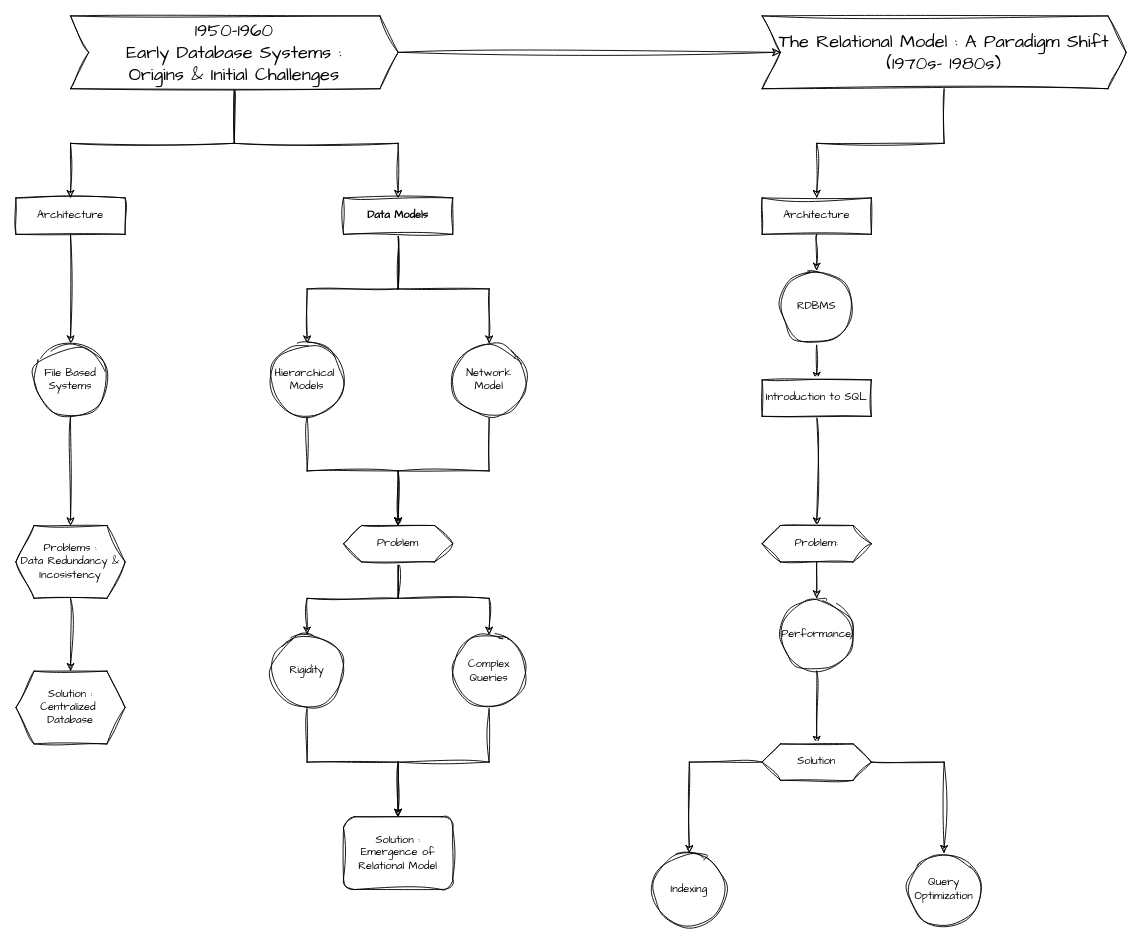
Before: System Design/Databases.drawio in FilledVaccum/MindMaps, a draw.io diagram. Source tidied: cells renumbered, new cells numbered last; positions are measured from the earlier drawing's top-left corner, leaving out a move shared by most shapes. Both pictures are drawn from the tidied source at 91%, with x=0, y=0 at pixel (15, 15).
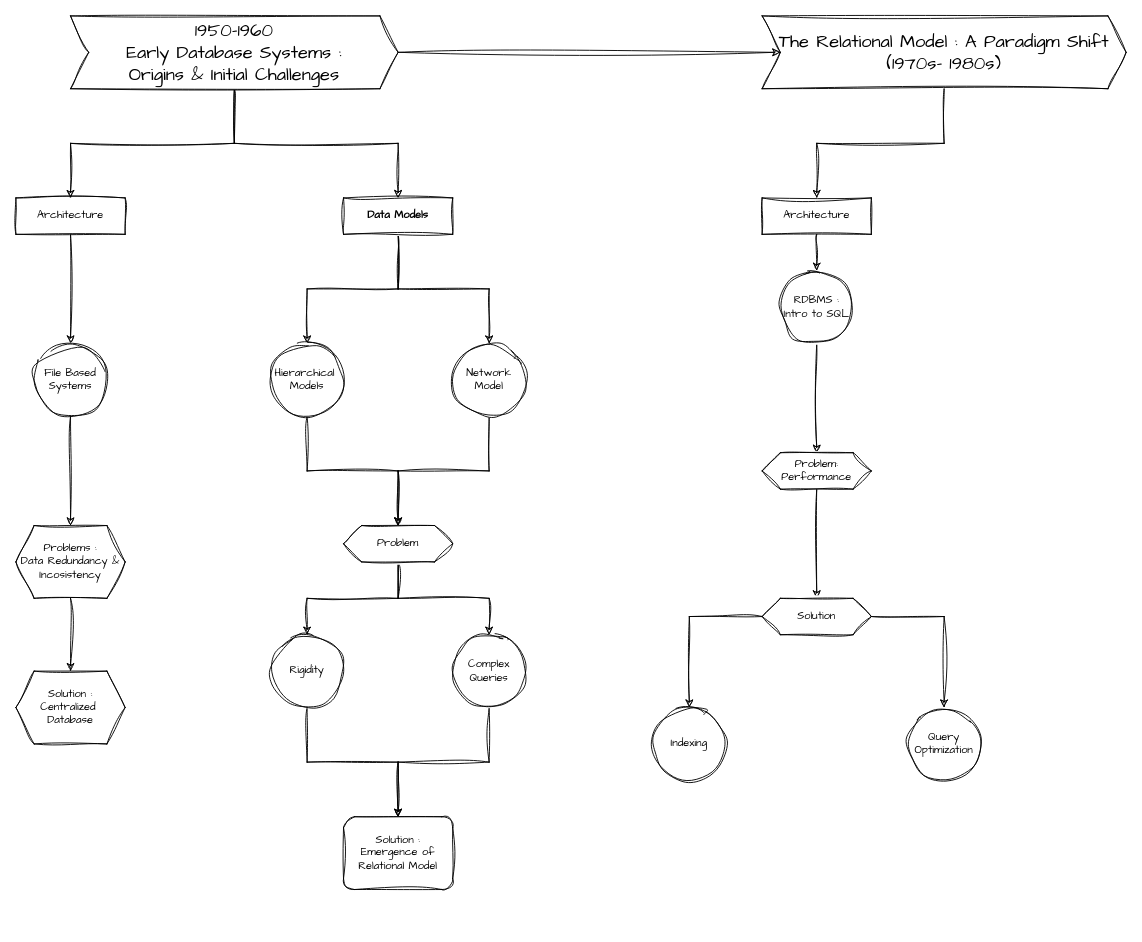
Above is the later version.

What changed in the source:
```diff
@@
-    <mxCell id="32" style="edgeStyle=orthogonalEdgeStyle;rounded=0;sketch=1;hachureGap=4;jiggle=2;curveFitting=1;jettySize=auto;html=1;fontFamily=Architects Daughter;" parent="1" edge="1" source="33" target="35">
-      <mxGeometry relative="1" as="geometry" />
-    </mxCell>
+    <mxCell id="45" style="edgeStyle=orthogonalEdgeStyle;rounded=0;sketch=1;hachureGap=4;jiggle=2;curveFitting=1;jettySize=auto;html=1;fontFamily=Architects Daughter;" parent="1" edge="1" source="33" target="37">
+      <mxGeometry relative="1" as="geometry" />
+    </mxCell>
-    <mxCell id="33" value="RDBMS" style="ellipse;whiteSpace=wrap;html=1;fontFamily=Architects Daughter;sketch=1;hachureGap=4;jiggle=2;curveFitting=1;" parent="1" vertex="1">
+    <mxCell id="33" value="RDBMS : Intro to SQL" style="ellipse;whiteSpace=wrap;html=1;fontFamily=Architects Daughter;sketch=1;hachureGap=4;jiggle=2;curveFitting=1;" parent="1" vertex="1">
       <mxGeometry x="840" y="280" width="80" height="80" as="geometry" />
     </mxCell>
-    <mxCell id="34" style="edgeStyle=orthogonalEdgeStyle;rounded=0;sketch=1;hachureGap=4;jiggle=2;curveFitting=1;jettySize=auto;html=1;fontFamily=Architects Daughter;" parent="1" edge="1" source="35" target="37">
-      <mxGeometry relative="1" as="geometry" />
-    </mxCell>
-    <mxCell id="35" value="Introduction to SQL" style="whiteSpace=wrap;html=1;fontFamily=Architects Daughter;sketch=1;hachureGap=4;jiggle=2;curveFitting=1;" parent="1" vertex="1">
-      <mxGeometry x="820" y="400" width="120" height="40" as="geometry" />
-    </mxCell>
-    <mxCell id="36" style="edgeStyle=orthogonalEdgeStyle;rounded=0;sketch=1;hachureGap=4;jiggle=2;curveFitting=1;jettySize=auto;html=1;fontFamily=Architects Daughter;" parent="1" edge="1" source="37" target="39">
-      <mxGeometry relative="1" as="geometry" />
-    </mxCell>
+    <mxCell id="46" style="edgeStyle=orthogonalEdgeStyle;rounded=0;sketch=1;hachureGap=4;jiggle=2;curveFitting=1;jettySize=auto;html=1;fontFamily=Architects Daughter;" parent="1" edge="1" source="37" target="42">
+      <mxGeometry relative="1" as="geometry" />
+    </mxCell>
-    <mxCell id="37" value="Problem:" style="shape=hexagon;perimeter=hexagonPerimeter2;whiteSpace=wrap;html=1;fixedSize=1;fontFamily=Architects Daughter;sketch=1;hachureGap=4;jiggle=2;curveFitting=1;" parent="1" vertex="1">
-      <mxGeometry x="820" y="560" width="120" height="40" as="geometry" />
+    <mxCell id="37" value="Problem: Performance" style="shape=hexagon;perimeter=hexagonPerimeter2;whiteSpace=wrap;html=1;fixedSize=1;fontFamily=Architects Daughter;sketch=1;hachureGap=4;jiggle=2;curveFitting=1;" parent="1" vertex="1">
+      <mxGeometry x="820" y="480" width="120" height="40" as="geometry" />
     </mxCell>
-    <mxCell id="38" style="edgeStyle=orthogonalEdgeStyle;rounded=0;sketch=1;hachureGap=4;jiggle=2;curveFitting=1;jettySize=auto;html=1;fontFamily=Architects Daughter;" parent="1" edge="1" source="39" target="42">
-      <mxGeometry relative="1" as="geometry" />
-    </mxCell>
-    <mxCell id="39" value="Performance" style="ellipse;whiteSpace=wrap;html=1;fontFamily=Architects Daughter;sketch=1;hachureGap=4;jiggle=2;curveFitting=1;" parent="1" vertex="1">
-      <mxGeometry x="840" y="640" width="80" height="80" as="geometry" />
-    </mxCell>
@@
     <mxCell id="42" value="Solution" style="shape=hexagon;perimeter=hexagonPerimeter2;whiteSpace=wrap;html=1;fixedSize=1;fontFamily=Architects Daughter;sketch=1;hachureGap=4;jiggle=2;curveFitting=1;" parent="1" vertex="1">
-      <mxGeometry x="820" y="800" width="120" height="40" as="geometry" />
+      <mxGeometry x="820" y="640" width="120" height="40" as="geometry" />
     </mxCell>
     <mxCell id="43" value="Indexing" style="ellipse;whiteSpace=wrap;html=1;fontFamily=Architects Daughter;sketch=1;hachureGap=4;jiggle=2;curveFitting=1;" parent="1" vertex="1">
-      <mxGeometry x="700" y="920" width="80" height="80" as="geometry" />
+      <mxGeometry x="700" y="760" width="80" height="80" as="geometry" />
     </mxCell>
     <mxCell id="44" value="Query Optimization" style="ellipse;whiteSpace=wrap;html=1;fontFamily=Architects Daughter;sketch=1;hachureGap=4;jiggle=2;curveFitting=1;" parent="1" vertex="1">
-      <mxGeometry x="980" y="920" width="80" height="80" as="geometry" />
+      <mxGeometry x="980" y="760" width="80" height="80" as="geometry" />
     </mxCell>
```
